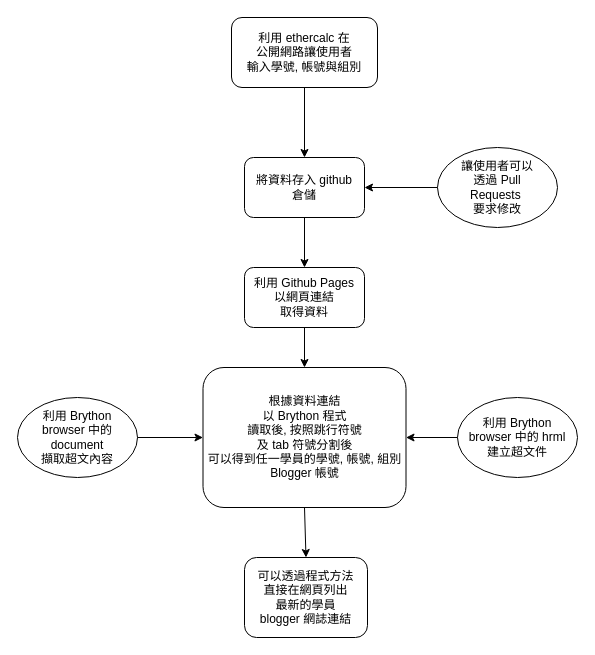
This is downloads/w11_5j/w11_5j.drawio from 41023118/wcm2022_guide, a draw.io file, before an edit. Source tidied: cells renumbered, new cells numbered last; positions are measured from the earlier drawing's top-left corner, leaving out a move shared by most shapes. Both pictures are drawn from the tidied source at 100%, with x=0, y=0 at pixel (17, 17).
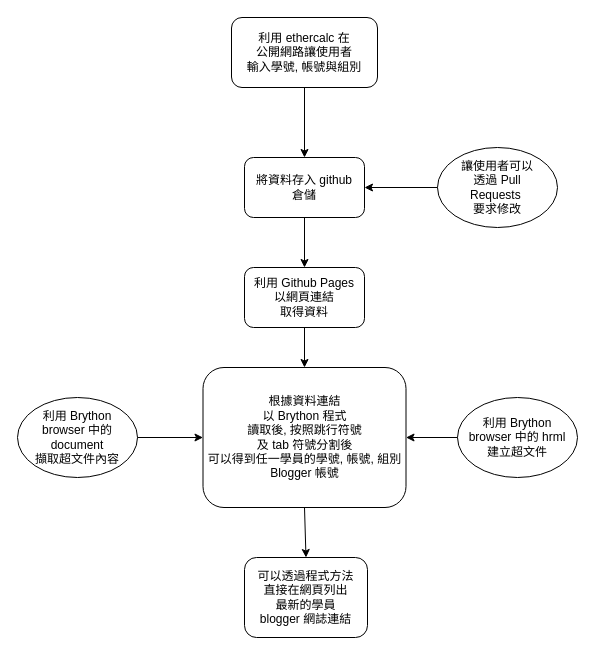
The same diagram, later.

What changed in the source:
```diff
@@
 <mxGraphModel>
   <root>
     <mxCell id="0" />
     <mxCell id="1" parent="0" />
     <mxCell id="2" value="利用 ethercalc 在&lt;br&gt;公開網路讓使用者&lt;br&gt;輸入學號, 帳號與組別" style="rounded=1;whiteSpace=wrap;html=1;" parent="1" vertex="1">
       <mxGeometry x="214" width="146" height="70" as="geometry" />
     </mxCell>
     <mxCell id="3" value="將資料存入 github&lt;br&gt;倉儲" style="rounded=1;whiteSpace=wrap;html=1;" parent="1" vertex="1">
       <mxGeometry x="227" y="140" width="120" height="60" as="geometry" />
     </mxCell>
     <mxCell id="4" style="endArrow=classic;html=1;rounded=0;exitX=0.5;exitY=1;exitDx=0;exitDy=0;entryX=0.5;entryY=0;entryDx=0;entryDy=0;" parent="1" edge="1" source="2" target="3">
       <mxGeometry relative="1" as="geometry" />
     </mxCell>
     <mxCell id="5" value="利用 Github Pages&lt;br&gt;以網頁連結&lt;br&gt;取得資料" style="rounded=1;whiteSpace=wrap;html=1;" parent="1" vertex="1">
       <mxGeometry x="227" y="250" width="120" height="60" as="geometry" />
     </mxCell>
     <mxCell id="6" style="endArrow=classic;html=1;rounded=0;exitX=0.5;exitY=1;exitDx=0;exitDy=0;" parent="1" edge="1" source="3">
       <mxGeometry relative="1" as="geometry">
         <mxPoint x="287" y="250" as="targetPoint" />
       </mxGeometry>
     </mxCell>
     <mxCell id="7" value="讓使用者可以&lt;br&gt;透過 Pull&lt;br&gt;Requests&amp;nbsp;&lt;br&gt;要求修改" style="ellipse;whiteSpace=wrap;html=1;" parent="1" vertex="1">
       <mxGeometry x="420" y="130" width="120" height="80" as="geometry" />
     </mxCell>
     <mxCell id="8" style="endArrow=classic;html=1;rounded=0;exitX=0;exitY=0.5;exitDx=0;exitDy=0;entryX=1;entryY=0.5;entryDx=0;entryDy=0;" parent="1" edge="1" source="7" target="3">
       <mxGeometry relative="1" as="geometry" />
     </mxCell>
     <mxCell id="9" value="根據資料連結&lt;br&gt;以 Brython 程式&lt;br&gt;讀取後, 按照跳行符號&lt;br&gt;及 tab 符號分割後&lt;br&gt;可以得到任一學員的學號, 帳號, 組別&lt;br&gt;Blogger 帳號" style="rounded=1;whiteSpace=wrap;html=1;" parent="1" vertex="1">
       <mxGeometry x="185.5" y="350" width="203" height="140" as="geometry" />
     </mxCell>
     <mxCell id="10" style="endArrow=classic;html=1;rounded=0;exitX=0.5;exitY=1;exitDx=0;exitDy=0;entryX=0.5;entryY=0;entryDx=0;entryDy=0;" parent="1" edge="1" source="5" target="9">
       <mxGeometry relative="1" as="geometry" />
     </mxCell>
     <mxCell id="11" value="利用 Brython&lt;br&gt;browser 中的 hrml&lt;br&gt;建立超文件" style="ellipse;whiteSpace=wrap;html=1;" parent="1" vertex="1">
       <mxGeometry x="440" y="380" width="120" height="80" as="geometry" />
     </mxCell>
     <mxCell id="12" style="endArrow=classic;html=1;rounded=0;exitX=0;exitY=0.5;exitDx=0;exitDy=0;entryX=1;entryY=0.5;entryDx=0;entryDy=0;" parent="1" edge="1" source="11" target="9">
       <mxGeometry relative="1" as="geometry" />
     </mxCell>
-    <mxCell id="13" value="利用 Brython&lt;br&gt;browser 中的&lt;br&gt;document&lt;br&gt;擷取超文內容" style="ellipse;whiteSpace=wrap;html=1;" parent="1" vertex="1">
+    <mxCell id="13" value="利用 Brython&lt;br&gt;browser 中的&lt;br&gt;document&lt;br&gt;擷取超文件內容" style="ellipse;whiteSpace=wrap;html=1;" parent="1" vertex="1">
       <mxGeometry y="380" width="120" height="80" as="geometry" />
     </mxCell>
     <mxCell id="14" style="endArrow=classic;html=1;rounded=0;exitX=1;exitY=0.5;exitDx=0;exitDy=0;entryX=0;entryY=0.5;entryDx=0;entryDy=0;" parent="1" edge="1" source="13" target="9">
       <mxGeometry relative="1" as="geometry" />
     </mxCell>
     <mxCell id="15" value="可以透過程式方法&lt;br&gt;直接在網頁列出&lt;br&gt;最新的學員&lt;br&gt;blogger 網誌連結" style="rounded=1;whiteSpace=wrap;html=1;" parent="1" vertex="1">
       <mxGeometry x="227" y="540" width="123" height="80" as="geometry" />
     </mxCell>
     <mxCell id="16" style="endArrow=classic;html=1;rounded=0;exitX=0.5;exitY=1;exitDx=0;exitDy=0;entryX=0.5;entryY=0;entryDx=0;entryDy=0;" parent="1" edge="1" source="9" target="15">
       <mxGeometry relative="1" as="geometry" />
     </mxCell>
   </root>
 </mxGraphModel>
```
